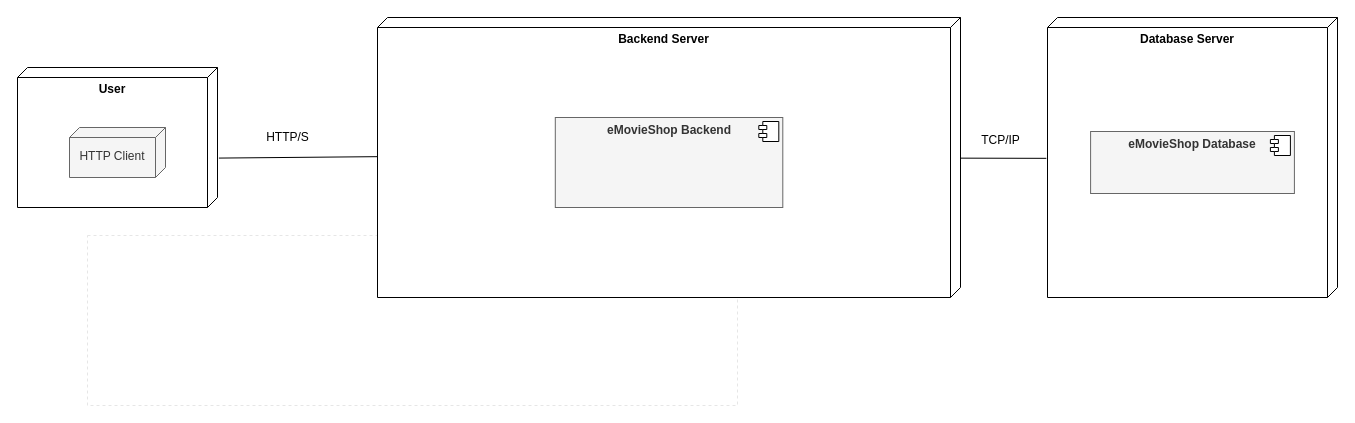
Earlier version of the draw.io diagram Deliverables/Phase1/ArchitectureAndDesign/diagrams/DeploymentView.drawio (mei-desofs/desofs2026-wed_nap_1-1). Source tidied: cells renumbered, new cells numbered last; positions are measured from the earlier drawing's top-left corner, leaving out a move shared by most shapes. Both pictures are drawn from the tidied source at 100%, with x=0, y=0 at pixel (17, 17).
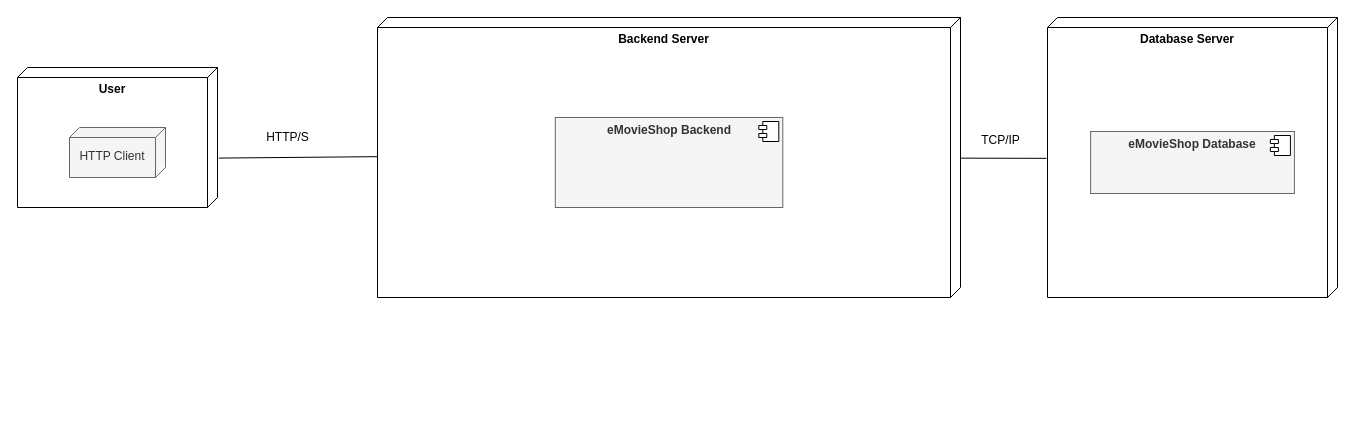
The same diagram, later.

The edit, as a diff of the source:
```diff
@@
 <mxGraphModel>
   <root>
     <mxCell id="0" />
     <mxCell id="1" parent="0" />
-    <mxCell id="2" style="group;strokeColor=#E6E6E6;dashed=1;strokeWidth=1;" parent="1" vertex="1">
-      <mxGeometry x="70" y="218" width="650" height="170" as="geometry" />
-    </mxCell>
     <mxCell id="3" style="group;" parent="1" vertex="1">
       <mxGeometry y="50" width="200" height="140" as="geometry" />
     </mxCell>
     <mxCell id="4" value="&lt;b&gt;User&lt;/b&gt;" style="verticalAlign=top;align=center;spacingTop=8;spacingLeft=2;spacingRight=12;shape=cube;size=10;direction=south;fontStyle=0;html=1;whiteSpace=wrap;" parent="3" vertex="1">
       <mxGeometry width="200" height="140" as="geometry" />
     </mxCell>
     <mxCell id="5" value="HTTP Client" style="verticalAlign=middle;align=center;spacingTop=8;spacingLeft=2;spacingRight=12;shape=cube;size=10;direction=south;fontStyle=0;html=1;whiteSpace=wrap;fillColor=#f5f5f5;fontColor=#333333;strokeColor=#666666;" parent="3" vertex="1">
       <mxGeometry x="52" y="60" width="96" height="50" as="geometry" />
     </mxCell>
     <mxCell id="6" value="&lt;div&gt;&lt;b&gt;Backend Server&lt;/b&gt;&lt;/div&gt;" style="verticalAlign=top;align=center;spacingTop=8;spacingLeft=2;spacingRight=12;shape=cube;size=10;direction=south;fontStyle=0;html=1;whiteSpace=wrap;" parent="1" vertex="1">
       <mxGeometry x="360" width="583" height="280" as="geometry" />
     </mxCell>
     <mxCell id="7" value="&lt;p style=&quot;margin:0px;margin-top:6px;text-align:center;&quot;&gt;&lt;b&gt;eMovieShop Backend&lt;/b&gt;&lt;/p&gt;" style="align=left;overflow=fill;html=1;whiteSpace=wrap;fillColor=#f5f5f5;fontColor=#333333;strokeColor=#666666;" parent="1" vertex="1">
       <mxGeometry x="537.8" y="100" width="227.5" height="90" as="geometry" />
     </mxCell>
     <mxCell id="8" style="shape=component;jettyWidth=8;jettyHeight=4;" parent="7" vertex="1">
       <mxGeometry x="1" width="20" height="20" relative="1" as="geometry">
         <mxPoint x="-24" y="4" as="offset" />
       </mxGeometry>
     </mxCell>
     <mxCell id="9" style="endArrow=none;html=1;rounded=0;exitX=0.647;exitY=-0.007;exitDx=0;exitDy=0;exitPerimeter=0;entryX=0.497;entryY=1;entryDx=0;entryDy=0;entryPerimeter=0;" parent="1" edge="1" source="4" target="6">
       <mxGeometry relative="1" as="geometry" />
     </mxCell>
     <mxCell id="10" value="&lt;span style=&quot;font-weight: normal;&quot;&gt;HTTP/S&lt;/span&gt;" style="text;align=center;fontStyle=1;verticalAlign=middle;spacingLeft=3;spacingRight=3;strokeColor=none;html=1;" parent="1" vertex="1">
       <mxGeometry x="230" y="107" width="80" height="26" as="geometry" />
     </mxCell>
     <mxCell id="11" value="&lt;div&gt;&lt;b&gt;Database Server&lt;/b&gt;&lt;/div&gt;" style="verticalAlign=top;align=center;spacingTop=8;spacingLeft=2;spacingRight=12;shape=cube;size=10;direction=south;fontStyle=0;html=1;whiteSpace=wrap;" parent="1" vertex="1">
       <mxGeometry x="1030" width="290" height="280" as="geometry" />
     </mxCell>
     <mxCell id="12" value="&lt;p style=&quot;margin:0px;margin-top:6px;text-align:center;&quot;&gt;&lt;b&gt;eMovieShop Database&lt;/b&gt;&lt;/p&gt;&lt;p style=&quot;margin:0px;margin-left:8px;&quot;&gt;&lt;br&gt;&lt;/p&gt;" style="align=left;overflow=fill;html=1;whiteSpace=wrap;fillColor=#f5f5f5;fontColor=#333333;strokeColor=#666666;" parent="1" vertex="1">
       <mxGeometry x="1073.1" y="114" width="203.8" height="62" as="geometry" />
     </mxCell>
     <mxCell id="13" style="shape=component;jettyWidth=8;jettyHeight=4;" parent="12" vertex="1">
       <mxGeometry x="1" width="20" height="20" relative="1" as="geometry">
         <mxPoint x="-24" y="4" as="offset" />
       </mxGeometry>
     </mxCell>
     <mxCell id="14" style="endArrow=none;html=1;rounded=0;entryX=0.503;entryY=1.004;entryDx=0;entryDy=0;entryPerimeter=0;" parent="1" edge="1" source="6" target="11">
       <mxGeometry relative="1" as="geometry" />
     </mxCell>
     <mxCell id="15" value="&lt;span style=&quot;font-weight: normal;&quot;&gt;TCP/IP&lt;/span&gt;" style="text;align=center;fontStyle=1;verticalAlign=middle;spacingLeft=3;spacingRight=3;strokeColor=none;html=1;" parent="1" vertex="1">
       <mxGeometry x="943" y="110" width="80" height="26" as="geometry" />
     </mxCell>
   </root>
 </mxGraphModel>
```
